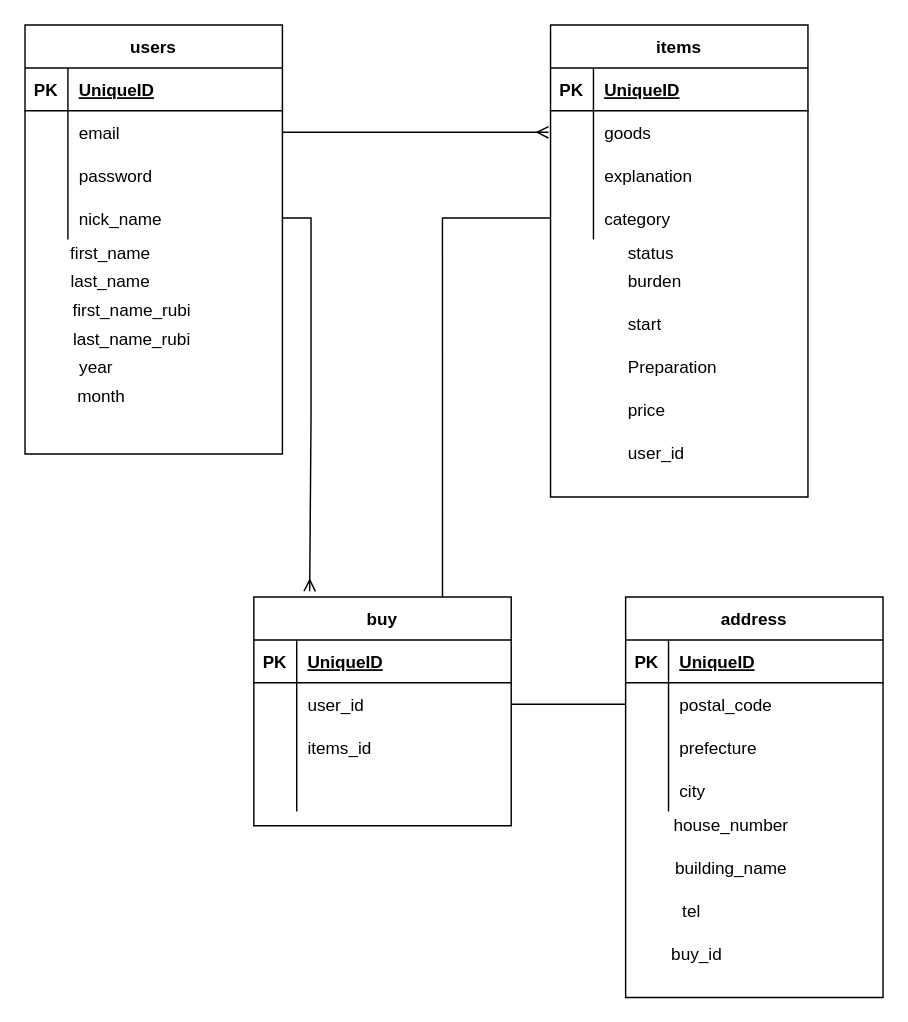
Before: tesuto.dio in 95mao/furima-34801, a draw.io diagram. Source tidied: cells renumbered, new cells numbered last; positions are measured from the earlier drawing's top-left corner, leaving out a move shared by most shapes. Both pictures are drawn from the tidied source at 143%, with x=0, y=0 at pixel (24, 24).
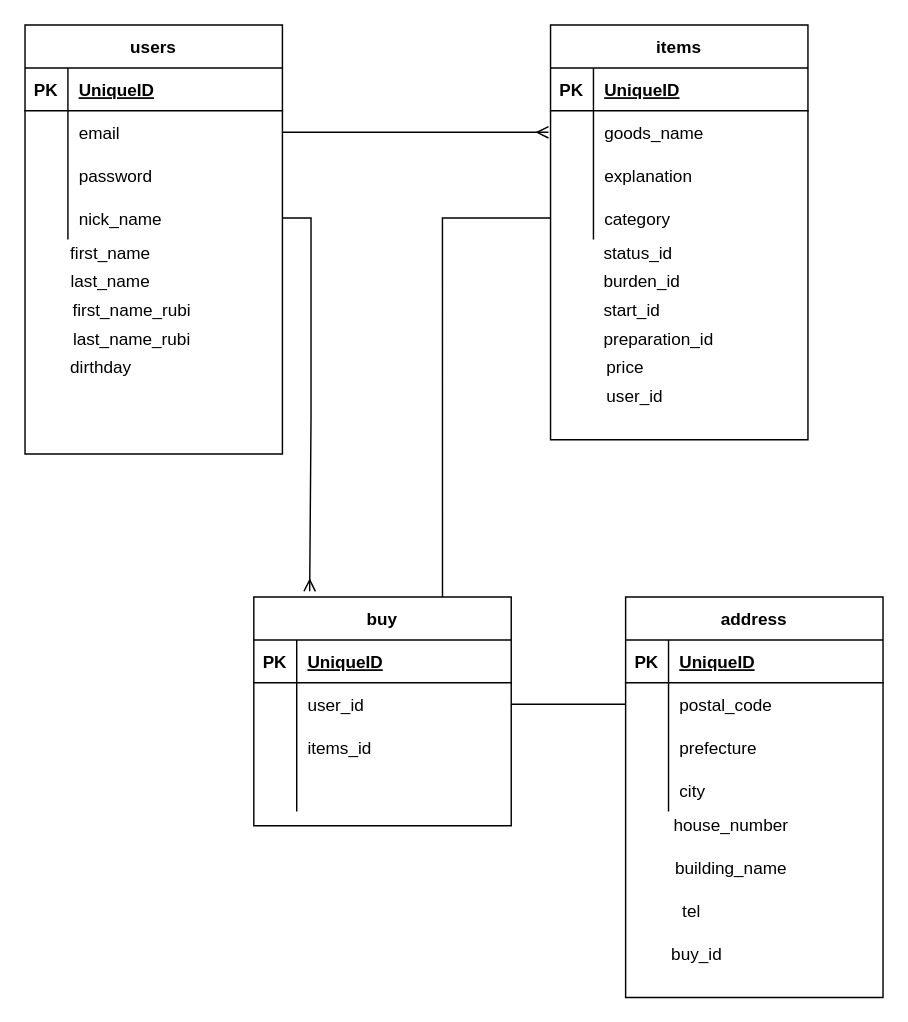
The same diagram, later.

Commit message:
データベース修正３

Unchanged cells that the change refers to:
```xml
<mxCell id="23" style="shape=partialRectangle;fillColor=none;top=0;left=0;bottom=0;right=0;points=[[0,0.5],[1,0.5]];portConstraint=eastwest;" parent="19" vertex="1">
  <mxGeometry y="60" width="180" height="30" as="geometry" />
</mxCell>
```

What changed in the source:
```diff
@@
     <mxCell id="19" value="items" style="shape=table;startSize=30;childLayout=tableLayout;rowLines=0;fontStyle=1;align=center;" parent="1" vertex="1">
-      <mxGeometry x="367.5" width="180" height="330" as="geometry" />
+      <mxGeometry x="367.5" width="180" height="290" as="geometry" />
     </mxCell>
@@
-    <mxCell id="25" value="goods" style="shape=partialRectangle;fillColor=none;top=0;left=0;bottom=0;right=0;align=left;spacingLeft=6;overflow=hidden;" parent="23" vertex="1">
+    <mxCell id="25" value="goods_name" style="shape=partialRectangle;fillColor=none;top=0;left=0;bottom=0;right=0;align=left;spacingLeft=6;overflow=hidden;" parent="23" vertex="1">
       <mxGeometry x="30" width="150" height="30" as="geometry" />
     </mxCell>
@@
-    <mxCell id="32" value="status" style="text;html=1;strokeColor=none;fillColor=none;align=left;verticalAlign=middle;whiteSpace=wrap;rounded=0;" parent="1" vertex="1">
-      <mxGeometry x="420" y="150" width="90" height="20" as="geometry" />
+    <mxCell id="32" value="status_id" style="text;html=1;strokeColor=none;fillColor=none;align=left;verticalAlign=middle;whiteSpace=wrap;rounded=0;" parent="1" vertex="1">
+      <mxGeometry x="402.5" y="150" width="90" height="20" as="geometry" />
     </mxCell>
-    <mxCell id="33" value="burden" style="text;html=1;strokeColor=none;fillColor=none;align=left;verticalAlign=middle;whiteSpace=wrap;rounded=0;" parent="1" vertex="1">
-      <mxGeometry x="420" y="170" width="90" height="20" as="geometry" />
+    <mxCell id="33" value="burden_id" style="text;html=1;strokeColor=none;fillColor=none;align=left;verticalAlign=middle;whiteSpace=wrap;rounded=0;" parent="1" vertex="1">
+      <mxGeometry x="402.5" y="170" width="90" height="20" as="geometry" />
     </mxCell>
-    <mxCell id="34" value="start" style="text;html=1;strokeColor=none;fillColor=none;align=left;verticalAlign=middle;whiteSpace=wrap;rounded=0;" parent="1" vertex="1">
-      <mxGeometry x="420" y="200" width="115" height="20" as="geometry" />
+    <mxCell id="34" value="start_id" style="text;html=1;strokeColor=none;fillColor=none;align=left;verticalAlign=middle;whiteSpace=wrap;rounded=0;" parent="1" vertex="1">
+      <mxGeometry x="402.5" y="190" width="115" height="20" as="geometry" />
     </mxCell>
     <mxCell id="35" value="price" style="text;html=1;strokeColor=none;fillColor=none;align=left;verticalAlign=middle;whiteSpace=wrap;rounded=0;" parent="1" vertex="1">
-      <mxGeometry x="420" y="260" width="55" height="20" as="geometry" />
+      <mxGeometry x="405" y="230" width="55" height="20" as="geometry" />
     </mxCell>
-    <mxCell id="36" value="Preparation" style="text;html=1;strokeColor=none;fillColor=none;align=left;verticalAlign=middle;whiteSpace=wrap;rounded=0;" parent="1" vertex="1">
-      <mxGeometry x="420" y="230" width="40" height="20" as="geometry" />
+    <mxCell id="36" value="preparation_id" style="text;html=1;strokeColor=none;fillColor=none;align=left;verticalAlign=middle;whiteSpace=wrap;rounded=0;" parent="1" vertex="1">
+      <mxGeometry x="402.5" y="210" width="82.5" height="20" as="geometry" />
     </mxCell>
@@
     <mxCell id="67" value="user_id" style="text;html=1;strokeColor=none;fillColor=none;align=left;verticalAlign=middle;whiteSpace=wrap;rounded=0;" parent="1" vertex="1">
-      <mxGeometry x="420" y="290" width="40" height="20" as="geometry" />
+      <mxGeometry x="405" y="250" width="40" height="20" as="geometry" />
     </mxCell>
@@
-    <mxCell id="72" value="month" style="text;html=1;strokeColor=none;fillColor=none;align=left;verticalAlign=middle;whiteSpace=wrap;rounded=0;" parent="1" vertex="1">
-      <mxGeometry x="35" y="250" width="75" height="20" as="geometry" />
-    </mxCell>
-    <mxCell id="73" value="year" style="text;html=1;strokeColor=none;fillColor=none;align=center;verticalAlign=middle;whiteSpace=wrap;rounded=0;" parent="1" vertex="1">
-      <mxGeometry x="30" y="230" width="40" height="20" as="geometry" />
-    </mxCell>
+    <mxCell id="74" value="dirthday" style="text;html=1;strokeColor=none;fillColor=none;align=left;verticalAlign=middle;whiteSpace=wrap;rounded=0;" parent="1" vertex="1">
+      <mxGeometry x="30" y="230" width="80" height="20" as="geometry" />
+    </mxCell>
```
